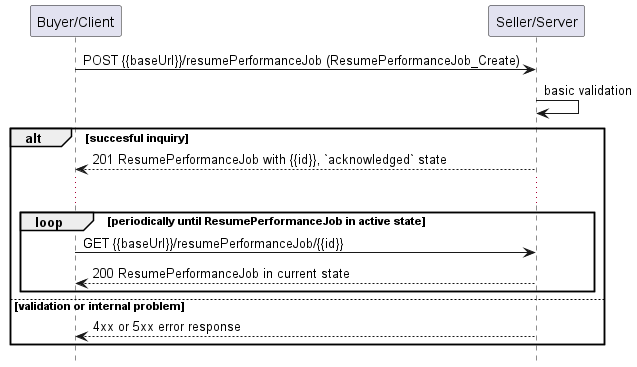
Earlier version of the PlantUML export documentation/serviceApi/pm/performance/media/useCase18Polling.png (MEF-GIT/MEF-LSO-Legato-SDK). Its diagram source:
```plantuml
@startuml useCase18Polling
hide footbox

participant "Buyer/Client" as B
participant "Seller/Server" as S


B -> S : POST {{baseUrl}}/resumePerformanceJob (ResumePerformanceJob_Create)
S -> S : basic validation

alt succesful inquiry
  S --> B : 201 ResumePerformanceJob with {{id}}, `acknowledged` state

  ...

  loop periodically until ResumePerformanceJob in active state
      B -> S :   GET {{baseUrl}}/resumePerformanceJob/{{id}}
      return 200 ResumePerformanceJob in current state
  end

else validation or internal problem
  S --> B : 4xx or 5xx error response
end


@enduml
```
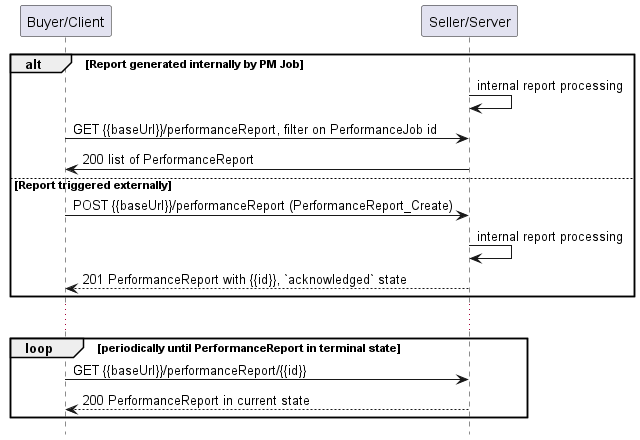
After the change.

Change to the diagram source:
```diff
@@ -4,23 +4,21 @@
 participant "Buyer/Client" as B
 participant "Seller/Server" as S
 
-
-B -> S : POST {{baseUrl}}/resumePerformanceJob (ResumePerformanceJob_Create)
-S -> S : basic validation
-
-alt succesful inquiry
-  S --> B : 201 ResumePerformanceJob with {{id}}, `acknowledged` state
-
-  ...
-
-  loop periodically until ResumePerformanceJob in active state
-      B -> S :   GET {{baseUrl}}/resumePerformanceJob/{{id}}
-      return 200 ResumePerformanceJob in current state
-  end
-
-else validation or internal problem
-  S --> B : 4xx or 5xx error response
+alt Report generated internally by PM Job
+  S -> S : internal report processing
+  B -> S : GET {{baseUrl}}/performanceReport, filter on PerformanceJob id
+  S -> B : 200 list of PerformanceReport
+else Report triggered externally
+  B -> S : POST {{baseUrl}}/performanceReport (PerformanceReport_Create)
+  S -> S : internal report processing
+  S --> B : 201 PerformanceReport with {{id}}, `acknowledged` state
 end
 
+...
+
+loop periodically until PerformanceReport in terminal state
+  B -> S :   GET {{baseUrl}}/performanceReport/{{id}}
+  return 200 PerformanceReport in current state
+end
 
 @enduml
```
